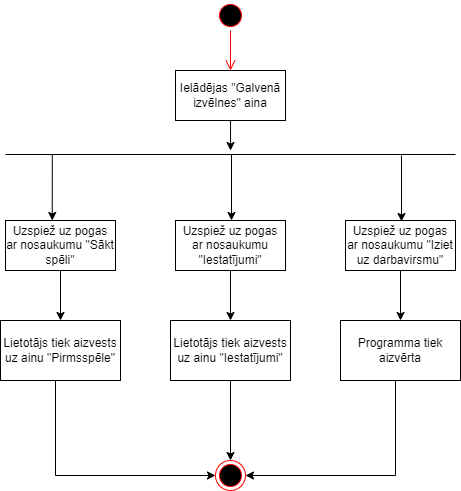
GNarvils/ScoreStorm keeps this draw.io diagram as Diagrammas/Aktivitates_GI.png. Above is the earlier version. Source tidied: cells renumbered, new cells last; positions are measured from the earlier drawing's top-left corner, leaving out a move shared by most shapes.
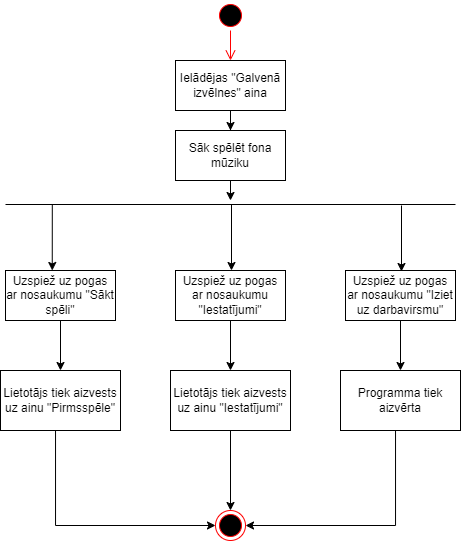
After the commit.

Diff of the diagram source:
```diff
@@ -3,22 +3,16 @@
     <mxCell id="0" />
     <mxCell id="1" parent="0" />
     <mxCell id="2" style="ellipse;html=1;shape=startState;fillColor=#000000;strokeColor=#ff0000;" parent="1" vertex="1">
-      <mxGeometry x="215" width="30" height="30" as="geometry" />
+      <mxGeometry x="215" y="-50" width="30" height="30" as="geometry" />
     </mxCell>
     <mxCell id="3" style="edgeStyle=orthogonalEdgeStyle;html=1;verticalAlign=bottom;endArrow=open;endSize=8;strokeColor=#ff0000;rounded=0;entryX=0.5;entryY=0;entryDx=0;entryDy=0;" parent="1" edge="1" source="2" target="5">
       <mxGeometry relative="1" as="geometry" />
     </mxCell>
-    <mxCell id="4" style="edgeStyle=orthogonalEdgeStyle;rounded=0;jettySize=auto;html=1;" parent="1" edge="1" source="5">
-      <mxGeometry relative="1" as="geometry">
-        <mxPoint x="230" y="150" as="targetPoint" />
-        <Array as="points">
-          <mxPoint x="230" y="150" />
-          <mxPoint x="230" y="150" />
-        </Array>
-      </mxGeometry>
-    </mxCell>
+    <mxCell id="23" style="edgeStyle=orthogonalEdgeStyle;rounded=0;jettySize=auto;html=1;entryX=0.5;entryY=0;entryDx=0;entryDy=0;" parent="1" edge="1" source="5" target="24">
+      <mxGeometry relative="1" as="geometry" />
+    </mxCell>
     <mxCell id="5" value="Ielādējas &quot;Galvenā izvēlnes&quot; aina" style="html=1;whiteSpace=wrap;" parent="1" vertex="1">
-      <mxGeometry x="175" y="70" width="110" height="50" as="geometry" />
+      <mxGeometry x="175" y="10" width="110" height="50" as="geometry" />
     </mxCell>
     <mxCell id="6" style="line;strokeWidth=1;fillColor=none;align=left;verticalAlign=middle;spacingTop=-1;spacingLeft=3;spacingRight=3;labelPosition=right;points=[];portConstraint=eastwest;strokeColor=inherit;" parent="1" vertex="1">
       <mxGeometry x="5" y="150" width="450" height="8" as="geometry" />
@@ -85,5 +79,11 @@
     <mxCell id="22" style="ellipse;html=1;shape=endState;fillColor=#000000;strokeColor=#ff0000;" parent="1" vertex="1">
       <mxGeometry x="215" y="460" width="30" height="30" as="geometry" />
     </mxCell>
+    <mxCell id="24" value="Sāk spēlēt fona mūziku" style="html=1;whiteSpace=wrap;" parent="1" vertex="1">
+      <mxGeometry x="175" y="80" width="110" height="50" as="geometry" />
+    </mxCell>
+    <mxCell id="25" style="rounded=0;jettySize=auto;html=1;" parent="1" edge="1" source="24" target="6">
+      <mxGeometry relative="1" as="geometry" />
+    </mxCell>
   </root>
 </mxGraphModel>
```
